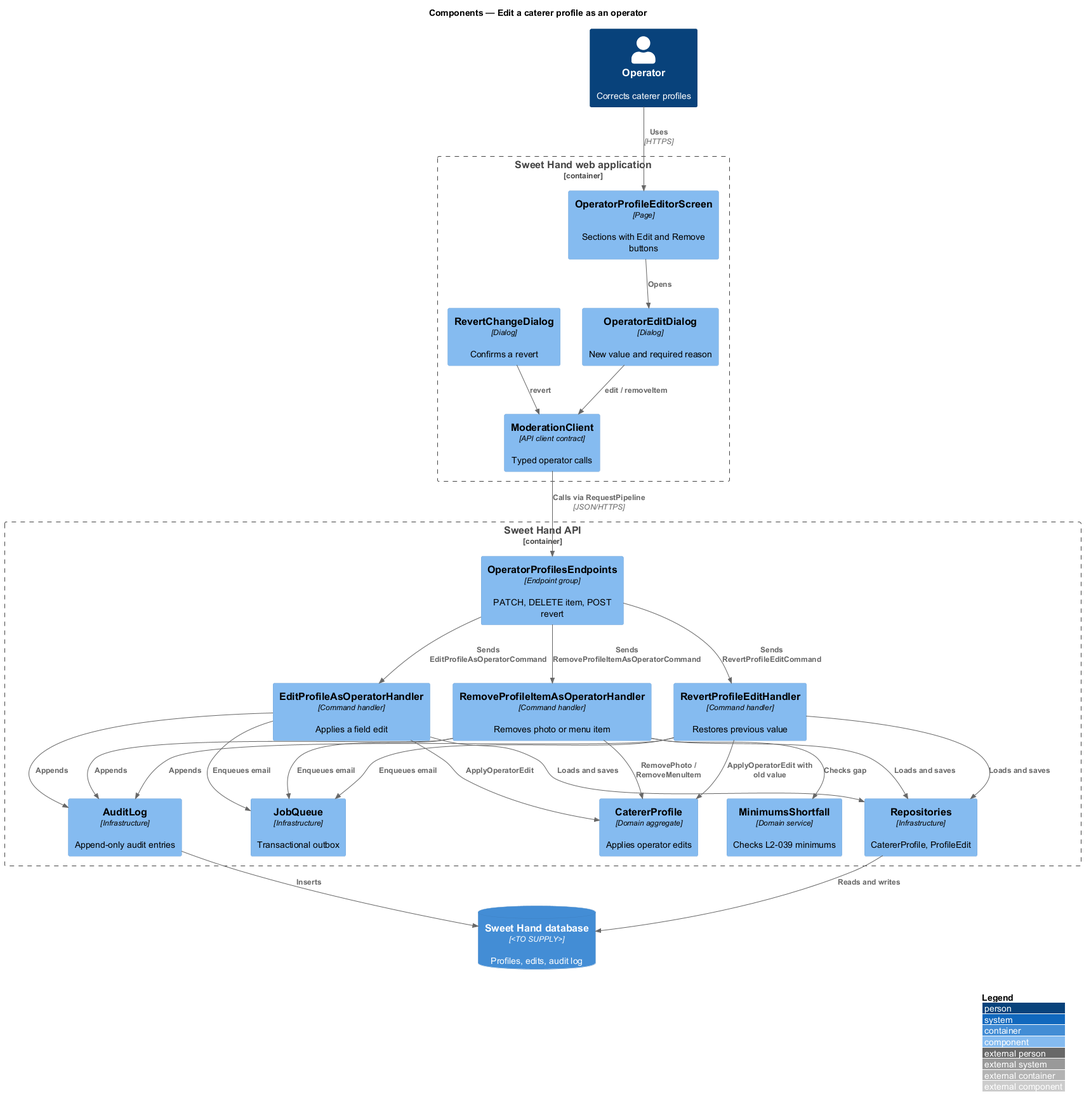
QuinntyneBrown/sweet-hand keeps this PlantUML diagram as docs/detailed-designs/moderation/edit-profile-as-operator/diagrams/c4-component.png. Above is the earlier version. The source it was exported from:
```plantuml
@startuml
!include <C4/C4_Component>
LAYOUT_WITH_LEGEND()
title Components — Edit a caterer profile as an operator

Person(operator, "Operator", "Corrects caterer profiles")
Container_Boundary(web, "Sweet Hand web application") {
  Component(editor, "OperatorProfileEditorScreen", "Page", "Sections with Edit and Remove buttons")
  Component(editDlg, "OperatorEditDialog", "Dialog", "New value and required reason")
  Component(revertDlg, "RevertChangeDialog", "Dialog", "Confirms a revert")
  Component(client, "ModerationClient", "API client contract", "Typed operator calls")
}
Container_Boundary(api, "Sweet Hand API") {
  Component(endpoints, "OperatorProfilesEndpoints", "Endpoint group", "PATCH, DELETE item, POST revert")
  Component(editH, "EditProfileAsOperatorHandler", "Command handler", "Applies a field edit")
  Component(removeH, "RemoveProfileItemAsOperatorHandler", "Command handler", "Removes photo or menu item")
  Component(revertH, "RevertProfileEditHandler", "Command handler", "Restores previous value")
  Component(profile, "CatererProfile", "Domain aggregate", "Applies operator edits")
  Component(shortfall, "MinimumsShortfall", "Domain service", "Checks L2-039 minimums")
  Component(audit, "AuditLog", "Infrastructure", "Append-only audit entries")
  Component(jobs, "JobQueue", "Infrastructure", "Transactional outbox")
  Component(repo, "Repositories", "Infrastructure", "CatererProfile, ProfileEdit")
}
ContainerDb(db, "Sweet Hand database", "<TO SUPPLY>", "Profiles, edits, audit log")

Rel(operator, editor, "Uses", "HTTPS")
Rel(editor, editDlg, "Opens")
Rel(editDlg, client, "edit / removeItem")
Rel(revertDlg, client, "revert")
Rel(client, endpoints, "Calls via RequestPipeline", "JSON/HTTPS")
Rel(endpoints, editH, "Sends EditProfileAsOperatorCommand")
Rel(endpoints, removeH, "Sends RemoveProfileItemAsOperatorCommand")
Rel(endpoints, revertH, "Sends RevertProfileEditCommand")
Rel(editH, profile, "ApplyOperatorEdit")
Rel(removeH, profile, "RemovePhoto / RemoveMenuItem")
Rel(removeH, shortfall, "Checks gap")
Rel(revertH, profile, "ApplyOperatorEdit with old value")
Rel(editH, audit, "Appends")
Rel(removeH, audit, "Appends")
Rel(revertH, audit, "Appends")
Rel(editH, jobs, "Enqueues email")
Rel(removeH, jobs, "Enqueues email")
Rel(revertH, jobs, "Enqueues email")
Rel(editH, repo, "Loads and saves")
Rel(removeH, repo, "Loads and saves")
Rel(revertH, repo, "Loads and saves")
Rel(repo, db, "Reads and writes")
Rel(audit, db, "Inserts")
@enduml
```
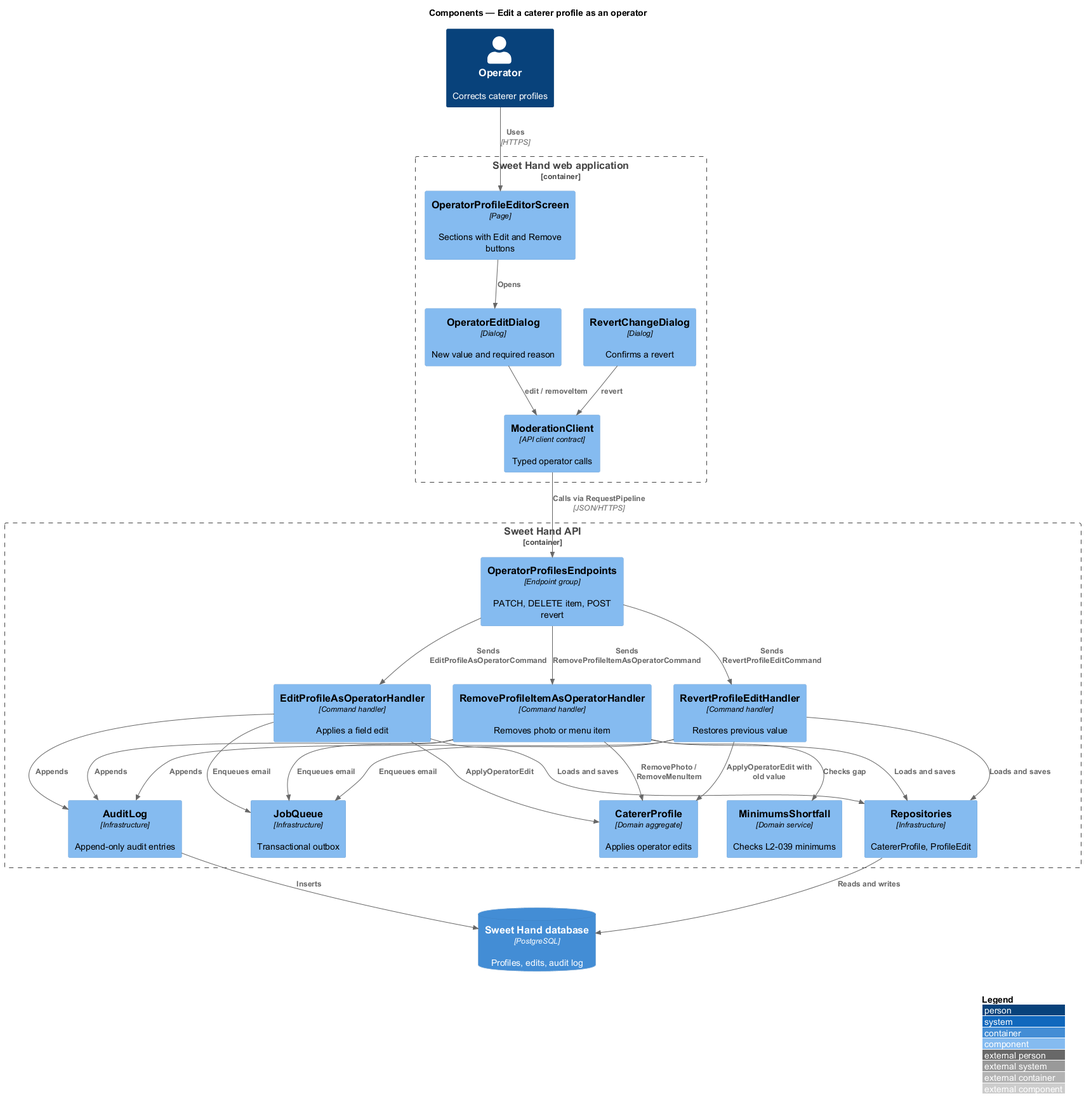
After the change.

What changed in the source:
```diff
@@ -21,7 +21,7 @@
   Component(jobs, "JobQueue", "Infrastructure", "Transactional outbox")
   Component(repo, "Repositories", "Infrastructure", "CatererProfile, ProfileEdit")
 }
-ContainerDb(db, "Sweet Hand database", "<TO SUPPLY>", "Profiles, edits, audit log")
+ContainerDb(db, "Sweet Hand database", "PostgreSQL", "Profiles, edits, audit log")
 
 Rel(operator, editor, "Uses", "HTTPS")
 Rel(editor, editDlg, "Opens")
```
